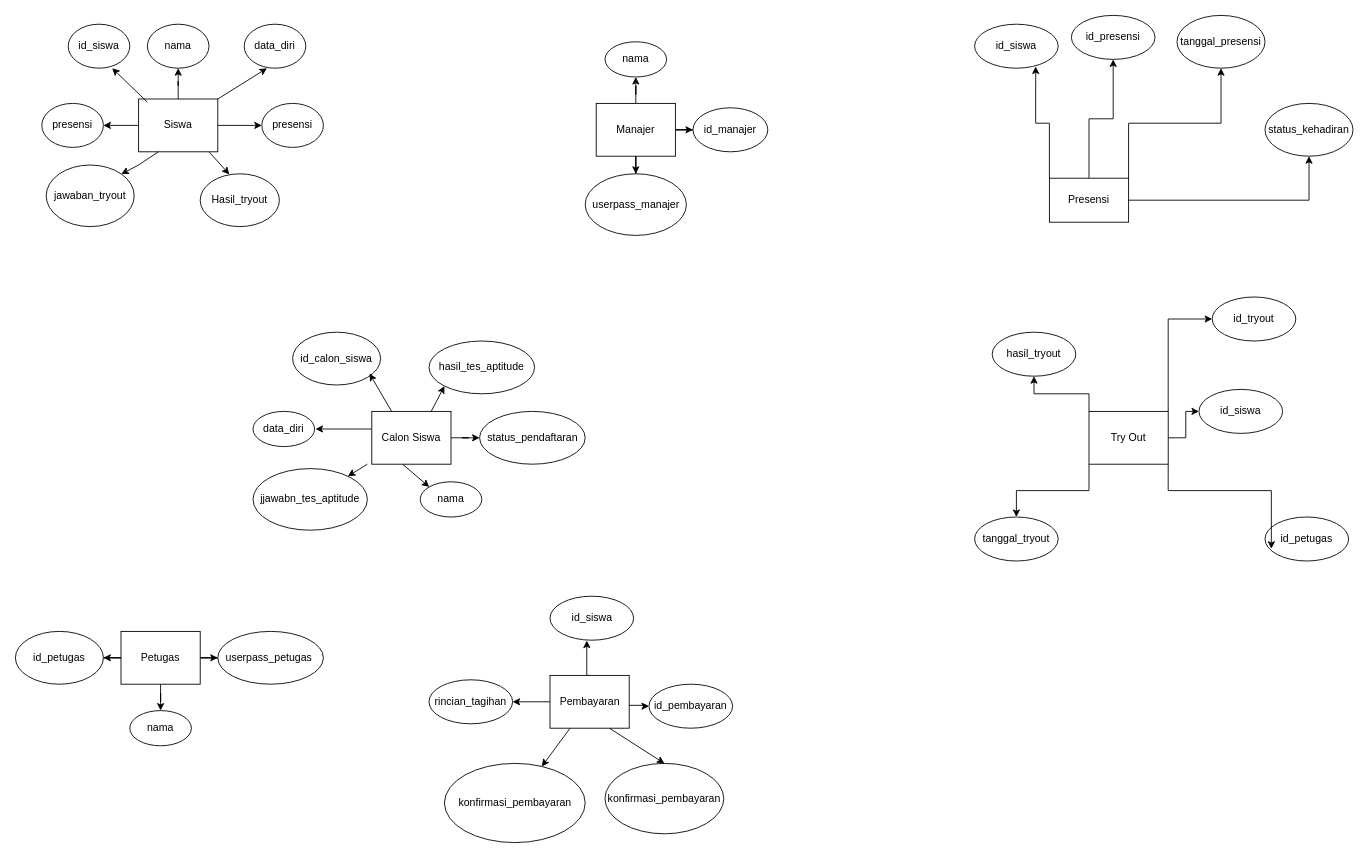
The draw.io diagram ERD.drawio in Fashich/APSI_Kelompok-1, before the edit. Source tidied: cells renumbered, new cells numbered last; positions are measured from the earlier drawing's top-left corner, leaving out a move shared by most shapes. Both pictures are drawn from the tidied source at 88%, with x=0, y=0 at pixel (15, 15).
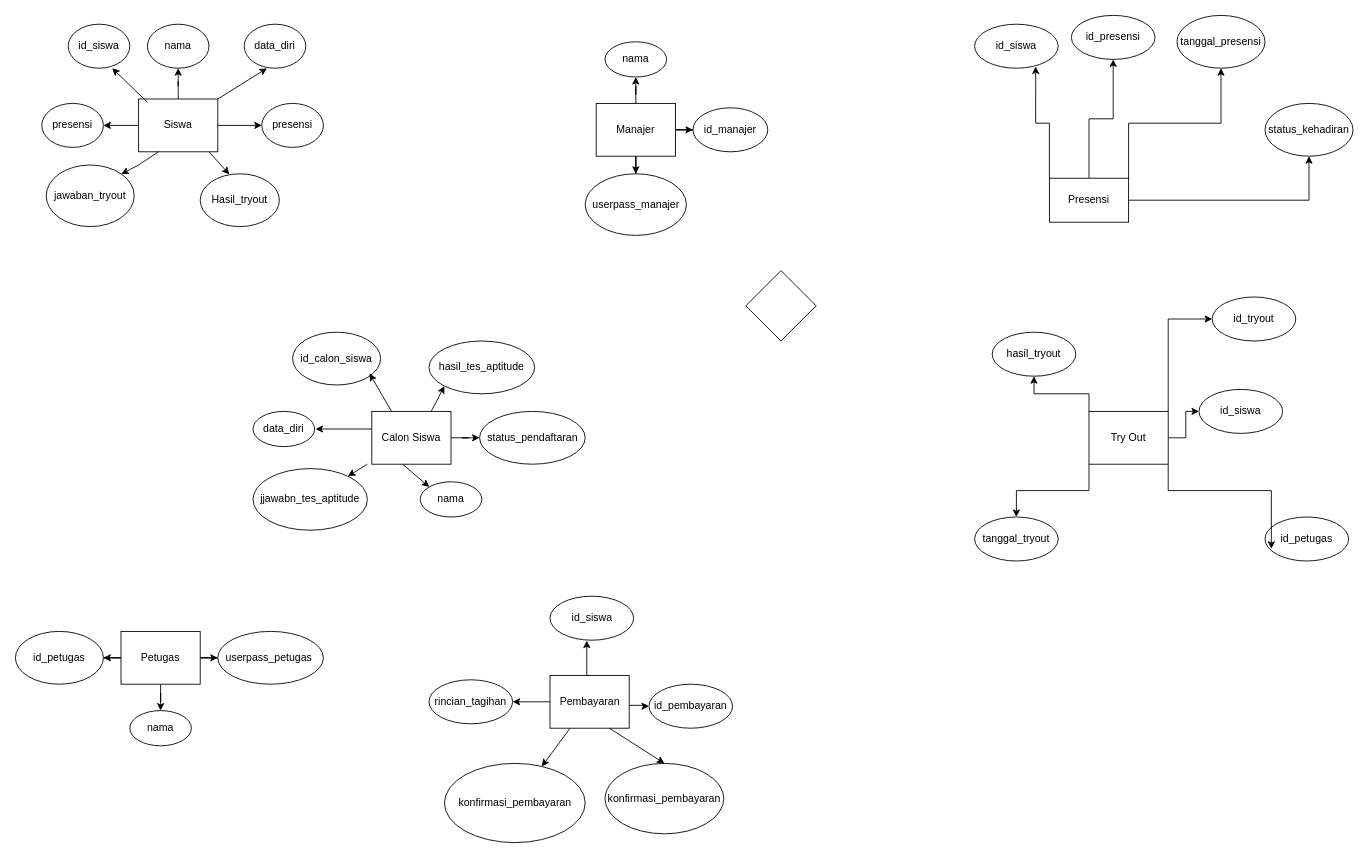
The same page after the edit.

The edit, as a diff of the source:
```diff
@@
+    <mxCell id="76" style="rhombus;whiteSpace=wrap;html=1;" parent="1" vertex="1">
+      <mxGeometry x="830" y="290" width="80" height="80" as="geometry" />
+    </mxCell>
```
